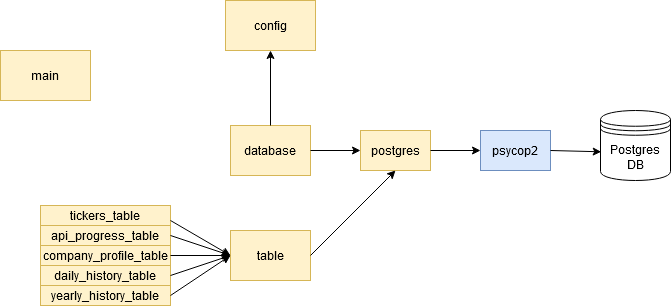
Earlier version of the draw.io export docs/stocks_architecture.png (ryukaider/stocks). Source tidied: cells renumbered, new cells last; positions are measured from the earlier drawing's top-left corner, leaving out a move shared by most shapes.
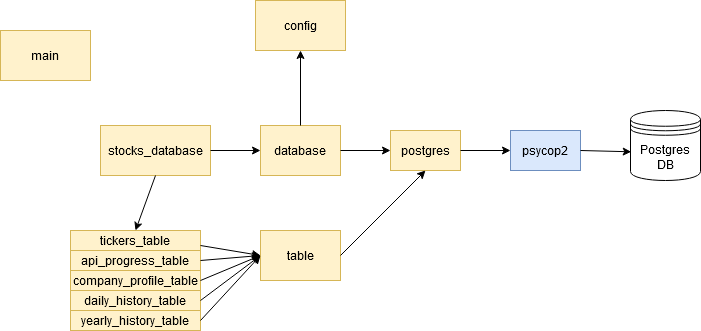
After the commit.

Commit message:
Use stocks tables in stocks database (#41)

What changed in the source:
```diff
@@ -36,19 +36,19 @@
       <mxGeometry relative="1" as="geometry" />
     </mxCell>
     <mxCell id="13" value="tickers_table" style="rounded=0;whiteSpace=wrap;html=1;fillColor=#fff2cc;strokeColor=#d6b656;" parent="1" vertex="1">
-      <mxGeometry x="40" y="205" width="130" height="20" as="geometry" />
+      <mxGeometry x="40" y="230" width="130" height="20" as="geometry" />
     </mxCell>
     <mxCell id="14" value="api_progress_table" style="rounded=0;whiteSpace=wrap;html=1;fillColor=#fff2cc;strokeColor=#d6b656;" parent="1" vertex="1">
-      <mxGeometry x="40" y="225" width="130" height="20" as="geometry" />
+      <mxGeometry x="40" y="250" width="130" height="20" as="geometry" />
     </mxCell>
     <mxCell id="15" value="daily_history_table" style="rounded=0;whiteSpace=wrap;html=1;fillColor=#fff2cc;strokeColor=#d6b656;" parent="1" vertex="1">
-      <mxGeometry x="40" y="265" width="130" height="20" as="geometry" />
+      <mxGeometry x="40" y="290" width="130" height="20" as="geometry" />
     </mxCell>
     <mxCell id="16" value="company_profile_table" style="rounded=0;whiteSpace=wrap;html=1;fillColor=#fff2cc;strokeColor=#d6b656;" parent="1" vertex="1">
-      <mxGeometry x="40" y="245" width="130" height="20" as="geometry" />
+      <mxGeometry x="40" y="270" width="130" height="20" as="geometry" />
     </mxCell>
     <mxCell id="17" value="yearly_history_table" style="rounded=0;whiteSpace=wrap;html=1;fillColor=#fff2cc;strokeColor=#d6b656;" parent="1" vertex="1">
-      <mxGeometry x="40" y="285" width="130" height="20" as="geometry" />
+      <mxGeometry x="40" y="310" width="130" height="20" as="geometry" />
     </mxCell>
     <mxCell id="18" style="endArrow=classic;html=1;entryX=0;entryY=0.5;entryDx=0;entryDy=0;exitX=1;exitY=0.75;exitDx=0;exitDy=0;" parent="1" edge="1" source="13" target="11">
       <mxGeometry relative="1" as="geometry" />
@@ -74,7 +74,16 @@
       </mxGeometry>
     </mxCell>
     <mxCell id="23" value="main" style="rounded=0;whiteSpace=wrap;html=1;fillColor=#fff2cc;strokeColor=#d6b656;" parent="1" vertex="1">
-      <mxGeometry y="50" width="90" height="50" as="geometry" />
+      <mxGeometry x="-30" y="30" width="90" height="50" as="geometry" />
     </mxCell>
+    <mxCell id="24" value="stocks_database" style="rounded=0;whiteSpace=wrap;html=1;fillColor=#fff2cc;strokeColor=#d6b656;" parent="1" vertex="1">
+      <mxGeometry x="70" y="125" width="110" height="50" as="geometry" />
+    </mxCell>
+    <mxCell id="25" style="endArrow=classic;html=1;exitX=1;exitY=0.5;exitDx=0;exitDy=0;entryX=0;entryY=0.5;entryDx=0;entryDy=0;" parent="1" edge="1" source="24" target="7">
+      <mxGeometry relative="1" as="geometry" />
+    </mxCell>
+    <mxCell id="26" style="endArrow=classic;html=1;exitX=0.5;exitY=1;exitDx=0;exitDy=0;entryX=0.5;entryY=0;entryDx=0;entryDy=0;" parent="1" edge="1" source="24" target="13">
+      <mxGeometry relative="1" as="geometry" />
+    </mxCell>
   </root>
 </mxGraphModel>
```
